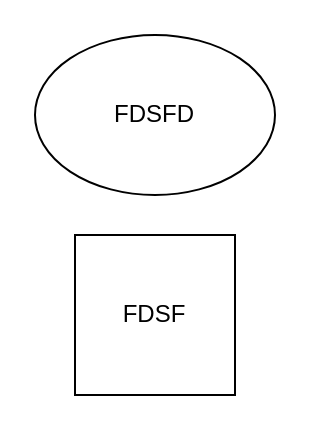
auv2009/diagram keeps this draw.io diagram as Z Diagram.drawio. Above is the earlier version. Source tidied: cells renumbered, new cells numbered last; positions are measured from the earlier drawing's top-left corner, leaving out a move shared by most shapes. Both pictures are drawn from the tidied source at 200%, with x=0, y=0 at pixel (34, 34).
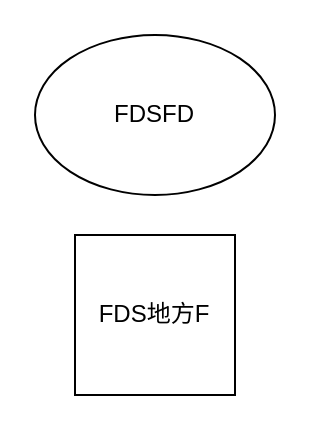
The same page after the edit.

Diff of the diagram source:
```diff
@@
 <mxGraphModel>
   <root>
     <mxCell id="0" />
     <mxCell id="1" parent="0" />
-    <mxCell id="2" value="FDSF" style="whiteSpace=wrap;html=1;" parent="1" vertex="1">
+    <mxCell id="2" value="FDS地方F" style="whiteSpace=wrap;html=1;" parent="1" vertex="1">
       <mxGeometry x="20" y="100" width="80" height="80" as="geometry" />
     </mxCell>
     <mxCell id="3" value="FDSFD" style="ellipse;whiteSpace=wrap;html=1;" parent="1" vertex="1">
       <mxGeometry width="120" height="80" as="geometry" />
     </mxCell>
   </root>
 </mxGraphModel>
```
